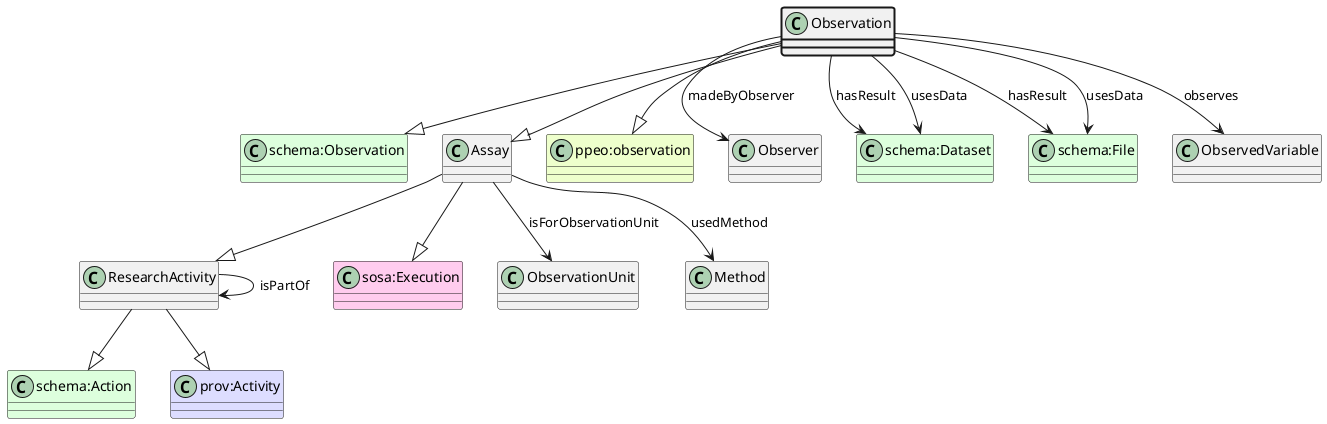
The PlantUML diagram ttl_uml/ttl_appn_Observation.png in aus-plant-phenomics-network/appn-schema, before a commit. Source of this version:
```plantuml
@startuml
class Observation  #line.bold
class "schema:Observation" #DDFFDD
Observation --|> "schema:Observation"
class Assay
class ResearchActivity
class "schema:Action" #DDFFDD
ResearchActivity --|> "schema:Action"
class "prov:Activity" #DDDDFF
ResearchActivity --|> "prov:Activity"
Assay --|> ResearchActivity
class "sosa:Execution" #FFCCEE
Assay --|> "sosa:Execution"
Observation --|> Assay
class "ppeo:observation" #EEFFCC
Observation --|> "ppeo:observation"
class Observer
Observation --> Observer : madeByObserver
class "schema:Dataset" #DDFFDD
Observation --> "schema:Dataset" : hasResult
class "schema:File" #DDFFDD
Observation --> "schema:File" : hasResult
class "schema:Dataset" #DDFFDD
Observation --> "schema:Dataset" : usesData
class "schema:File" #DDFFDD
Observation --> "schema:File" : usesData
class ObservedVariable
Observation --> ObservedVariable : observes
class ObservationUnit
Assay --> ObservationUnit : isForObservationUnit
class Method
Assay --> Method : usedMethod
class ResearchActivity
ResearchActivity --> ResearchActivity : isPartOf
@enduml
```
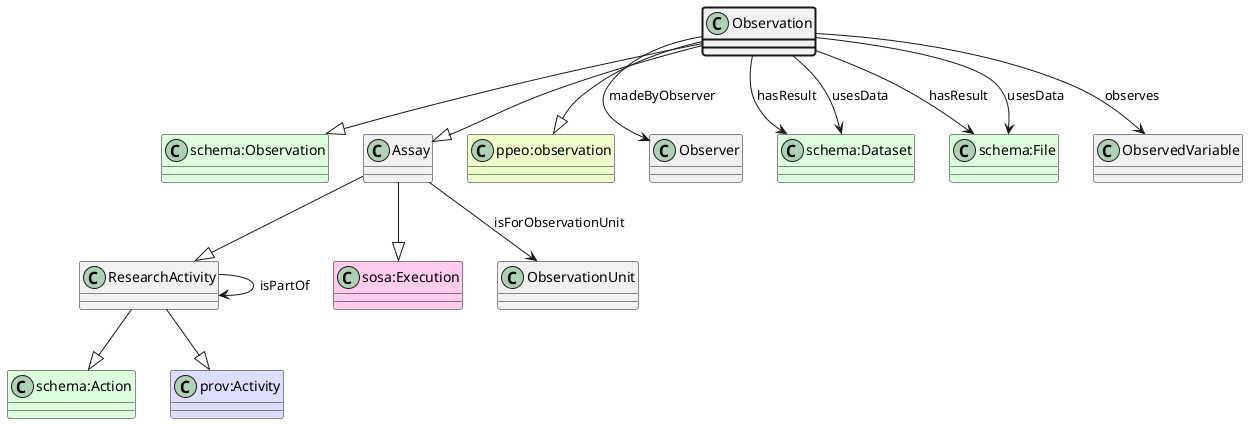
After the commit.

Change to the diagram source:
```diff
@@ -28,8 +28,6 @@
 Observation --> ObservedVariable : observes
 class ObservationUnit
 Assay --> ObservationUnit : isForObservationUnit
-class Method
-Assay --> Method : usedMethod
 class ResearchActivity
 ResearchActivity --> ResearchActivity : isPartOf
 @enduml
```
